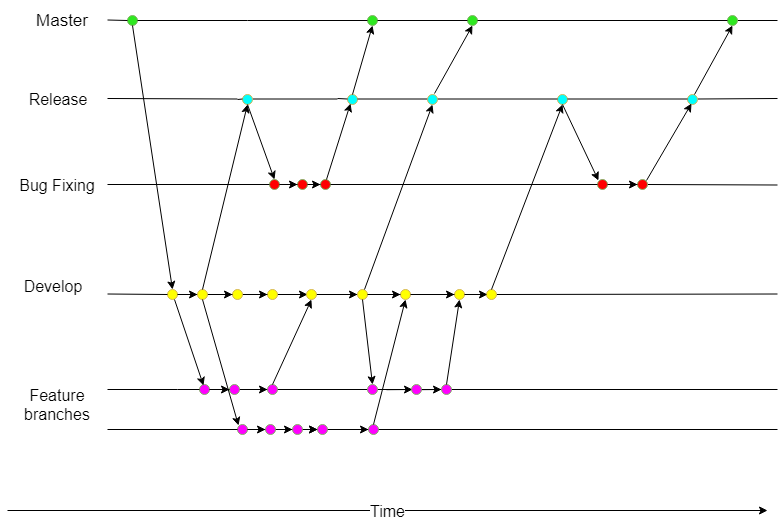
The draw.io diagram docs/wiki/TDD/Branches diagram.png in pink-king/Final-Fantasy-Dawn-of-Ivalice, before a commit. Source tidied: cells renumbered, new cells last; positions are measured from the earlier drawing's top-left corner, leaving out a move shared by most shapes.
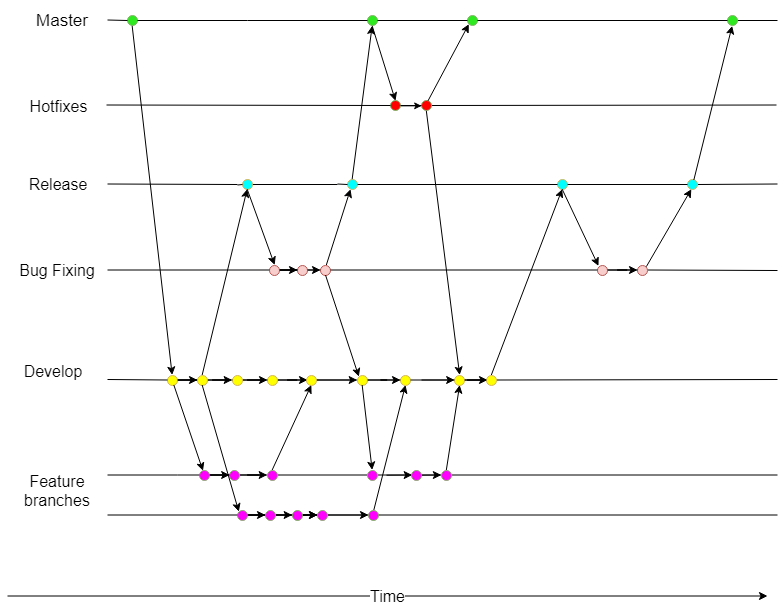
The same diagram one commit later.

Commit message:
branch diagram check

Diff of the diagram source:
```diff
@@ -12,11 +12,11 @@
       <mxGeometry relative="1" as="geometry" />
     </mxCell>
     <mxCell id="5" value="&lt;font style=&quot;font-size: 17px&quot;&gt;Master&lt;/font&gt;" style="text;html=1;strokeColor=none;fillColor=none;align=center;verticalAlign=middle;whiteSpace=wrap;rounded=0;" parent="1" vertex="1">
-      <mxGeometry x="20" width="70" height="40" as="geometry" />
+      <mxGeometry x="20" y="-85.5" width="70" height="40" as="geometry" />
     </mxCell>
     <mxCell id="6" style="endArrow=none;html=1;" parent="1" edge="1" source="74">
       <mxGeometry relative="1" as="geometry">
-        <mxPoint x="770" y="20" as="targetPoint" />
+        <mxPoint x="770" y="-65.5" as="targetPoint" />
       </mxGeometry>
     </mxCell>
     <mxCell id="7" value="&lt;font style=&quot;font-size: 16px&quot;&gt;Bug Fixing&lt;/font&gt;" style="text;html=1;strokeColor=none;fillColor=none;align=center;verticalAlign=middle;whiteSpace=wrap;rounded=0;" parent="1" vertex="1">
@@ -49,11 +49,11 @@
       </mxGeometry>
     </mxCell>
     <mxCell id="14" style="ellipse;whiteSpace=wrap;html=1;fillColor=#2EE820;strokeColor=#82b366;" parent="1" vertex="1">
-      <mxGeometry x="120" y="15" width="10" height="10" as="geometry" />
+      <mxGeometry x="120" y="-70.5" width="10" height="10" as="geometry" />
     </mxCell>
     <mxCell id="15" style="endArrow=none;html=1;" parent="1" edge="1" target="14">
       <mxGeometry relative="1" as="geometry">
-        <mxPoint x="100" y="19.5" as="sourcePoint" />
+        <mxPoint x="100" y="-66" as="sourcePoint" />
       </mxGeometry>
     </mxCell>
     <mxCell id="16" style="edgeStyle=orthogonalEdgeStyle;rounded=0;jettySize=auto;html=1;" parent="1" edge="1" source="17">
@@ -71,7 +71,7 @@
     </mxCell>
     <mxCell id="19" style="endArrow=none;html=1;" parent="1" edge="1" source="14">
       <mxGeometry relative="1" as="geometry">
-        <mxPoint x="240" y="20" as="targetPoint" />
+        <mxPoint x="240" y="-65.5" as="targetPoint" />
       </mxGeometry>
     </mxCell>
     <mxCell id="20" style="edgeStyle=orthogonalEdgeStyle;rounded=0;jettySize=auto;html=1;entryX=0;entryY=0.5;entryDx=0;entryDy=0;" parent="1" edge="1" source="22" target="26">
@@ -80,7 +80,7 @@
     <mxCell id="21" style="edgeStyle=orthogonalEdgeStyle;rounded=0;jettySize=auto;html=1;" parent="1" edge="1" source="22" target="24">
       <mxGeometry relative="1" as="geometry" />
     </mxCell>
-    <mxCell id="22" style="ellipse;whiteSpace=wrap;html=1;fillColor=#FF0000;strokeColor=#82b366;" parent="1" vertex="1">
+    <mxCell id="22" style="ellipse;whiteSpace=wrap;html=1;fillColor=#f8cecc;strokeColor=#b85450;" parent="1" vertex="1">
       <mxGeometry x="262" y="179" width="10" height="10" as="geometry" />
     </mxCell>
     <mxCell id="23" style="endArrow=none;html=1;" parent="1" edge="1" target="22">
@@ -88,13 +88,13 @@
         <mxPoint x="100" y="184" as="sourcePoint" />
       </mxGeometry>
     </mxCell>
-    <mxCell id="24" style="ellipse;whiteSpace=wrap;html=1;fillColor=#FF0000;strokeColor=#82b366;" parent="1" vertex="1">
+    <mxCell id="24" style="ellipse;whiteSpace=wrap;html=1;fillColor=#f8cecc;strokeColor=#b85450;" parent="1" vertex="1">
       <mxGeometry x="290" y="179" width="10" height="10" as="geometry" />
     </mxCell>
     <mxCell id="25" style="endArrow=none;html=1;" parent="1" edge="1" source="22" target="24">
       <mxGeometry relative="1" as="geometry" />
     </mxCell>
-    <mxCell id="26" style="ellipse;whiteSpace=wrap;html=1;fillColor=#FF0000;strokeColor=#82b366;" parent="1" vertex="1">
+    <mxCell id="26" style="ellipse;whiteSpace=wrap;html=1;fillColor=#f8cecc;strokeColor=#b85450;" parent="1" vertex="1">
       <mxGeometry x="313" y="179" width="10" height="10" as="geometry" />
     </mxCell>
     <mxCell id="27" style="endArrow=none;html=1;" parent="1" edge="1" source="24" target="26">
@@ -126,11 +126,11 @@
       </mxGeometry>
     </mxCell>
     <mxCell id="33" style="ellipse;whiteSpace=wrap;html=1;fillColor=#2EE820;strokeColor=#82b366;" parent="1" vertex="1">
-      <mxGeometry x="360" y="15" width="10" height="10" as="geometry" />
+      <mxGeometry x="360" y="-70.5" width="10" height="10" as="geometry" />
     </mxCell>
     <mxCell id="34" style="endArrow=none;html=1;" parent="1" edge="1" target="33">
       <mxGeometry relative="1" as="geometry">
-        <mxPoint x="240" y="20" as="sourcePoint" />
+        <mxPoint x="240" y="-65.5" as="sourcePoint" />
       </mxGeometry>
     </mxCell>
     <mxCell id="35" style="edgeStyle=orthogonalEdgeStyle;rounded=0;jettySize=auto;html=1;entryX=0;entryY=0.5;entryDx=0;entryDy=0;" parent="1" edge="1" source="36" target="39">
@@ -238,34 +238,31 @@
     <mxCell id="65" style="endArrow=none;html=1;" parent="1" edge="1" source="62" target="64">
       <mxGeometry relative="1" as="geometry" />
     </mxCell>
-    <mxCell id="66" style="ellipse;whiteSpace=wrap;html=1;fillColor=#00FFFF;strokeColor=#d6b656;" parent="1" vertex="1">
-      <mxGeometry x="420" y="93.5" width="10" height="10" as="geometry" />
-    </mxCell>
     <mxCell id="67" style="edgeStyle=orthogonalEdgeStyle;rounded=0;jettySize=auto;html=1;" parent="1" edge="1" source="68">
       <mxGeometry relative="1" as="geometry">
         <mxPoint x="630" y="184" as="targetPoint" />
       </mxGeometry>
     </mxCell>
-    <mxCell id="68" style="ellipse;whiteSpace=wrap;html=1;fillColor=#FF0000;strokeColor=#82b366;" parent="1" vertex="1">
+    <mxCell id="68" style="ellipse;whiteSpace=wrap;html=1;fillColor=#f8cecc;strokeColor=#b85450;" parent="1" vertex="1">
       <mxGeometry x="590" y="179" width="10" height="10" as="geometry" />
     </mxCell>
     <mxCell id="69" style="endArrow=none;html=1;" parent="1" edge="1" source="26" target="68">
       <mxGeometry relative="1" as="geometry" />
     </mxCell>
-    <mxCell id="70" style="ellipse;whiteSpace=wrap;html=1;fillColor=#FF0000;strokeColor=#82b366;" parent="1" vertex="1">
+    <mxCell id="70" style="ellipse;whiteSpace=wrap;html=1;fillColor=#f8cecc;strokeColor=#b85450;" parent="1" vertex="1">
       <mxGeometry x="630" y="179" width="10" height="10" as="geometry" />
     </mxCell>
     <mxCell id="71" style="endArrow=none;html=1;" parent="1" edge="1" source="68" target="70">
       <mxGeometry relative="1" as="geometry" />
     </mxCell>
     <mxCell id="72" style="ellipse;whiteSpace=wrap;html=1;fillColor=#2EE820;strokeColor=#82b366;" parent="1" vertex="1">
-      <mxGeometry x="460" y="15" width="10" height="10" as="geometry" />
+      <mxGeometry x="460" y="-70.5" width="10" height="10" as="geometry" />
     </mxCell>
     <mxCell id="73" style="endArrow=none;html=1;" parent="1" edge="1" source="33" target="72">
       <mxGeometry relative="1" as="geometry" />
     </mxCell>
     <mxCell id="74" style="ellipse;whiteSpace=wrap;html=1;fillColor=#2EE820;strokeColor=#82b366;" parent="1" vertex="1">
-      <mxGeometry x="720" y="15" width="10" height="10" as="geometry" />
+      <mxGeometry x="720" y="-70.5" width="10" height="10" as="geometry" />
     </mxCell>
     <mxCell id="75" style="endArrow=none;html=1;" parent="1" edge="1" source="72" target="74">
       <mxGeometry relative="1" as="geometry" />
@@ -373,12 +370,6 @@
     <mxCell id="102" style="ellipse;whiteSpace=wrap;html=1;fillColor=#FF00FF;strokeColor=#82b366;" parent="1" vertex="1">
       <mxGeometry x="310" y="424" width="10" height="10" as="geometry" />
     </mxCell>
-    <mxCell id="103" style="endArrow=classic;html=1;entryX=0.5;entryY=1;entryDx=0;entryDy=0;exitX=0.696;exitY=-0.002;exitDx=0;exitDy=0;exitPerimeter=0;" parent="1" edge="1" source="61" target="66">
-      <mxGeometry relative="1" as="geometry" />
-    </mxCell>
-    <mxCell id="104" style="endArrow=classic;html=1;entryX=0.5;entryY=1;entryDx=0;entryDy=0;exitX=0.723;exitY=-0.003;exitDx=0;exitDy=0;exitPerimeter=0;" parent="1" edge="1" source="66" target="72">
-      <mxGeometry relative="1" as="geometry" />
-    </mxCell>
     <mxCell id="105" style="endArrow=classic;html=1;entryX=0.5;entryY=1;entryDx=0;entryDy=0;exitX=0.5;exitY=0;exitDx=0;exitDy=0;" parent="1" edge="1" source="87" target="62">
       <mxGeometry relative="1" as="geometry" />
     </mxCell>
@@ -417,5 +408,42 @@
         <mxPoint x="760" y="510" as="targetPoint" />
       </mxGeometry>
     </mxCell>
+    <mxCell id="116" value="&lt;font style=&quot;font-size: 16px&quot;&gt;Hotfixes&lt;/font&gt;" style="text;html=1;strokeColor=none;fillColor=none;align=center;verticalAlign=middle;whiteSpace=wrap;rounded=0;" parent="1" vertex="1">
+      <mxGeometry x="20" y="-5.5" width="60" height="50" as="geometry" />
+    </mxCell>
+    <mxCell id="117" style="endArrow=none;html=1;" parent="1" edge="1" source="121">
+      <mxGeometry relative="1" as="geometry">
+        <mxPoint x="769" y="19" as="targetPoint" />
+      </mxGeometry>
+    </mxCell>
+    <mxCell id="118" style="edgeStyle=orthogonalEdgeStyle;rounded=0;jettySize=auto;html=1;entryX=0;entryY=0.5;entryDx=0;entryDy=0;" parent="1" edge="1" source="119" target="121">
+      <mxGeometry relative="1" as="geometry" />
+    </mxCell>
+    <mxCell id="119" style="ellipse;whiteSpace=wrap;html=1;fillColor=#FF0000;strokeColor=#82b366;" parent="1" vertex="1">
+      <mxGeometry x="383" y="14.5" width="10" height="10" as="geometry" />
+    </mxCell>
+    <mxCell id="120" style="endArrow=none;html=1;" parent="1" edge="1" target="119">
+      <mxGeometry relative="1" as="geometry">
+        <mxPoint x="99" y="19" as="sourcePoint" />
+      </mxGeometry>
+    </mxCell>
+    <mxCell id="121" style="ellipse;whiteSpace=wrap;html=1;fillColor=#FF0000;strokeColor=#82b366;" parent="1" vertex="1">
+      <mxGeometry x="414" y="14.5" width="10" height="10" as="geometry" />
+    </mxCell>
+    <mxCell id="122" style="endArrow=none;html=1;" parent="1" edge="1" source="119" target="121">
+      <mxGeometry relative="1" as="geometry" />
+    </mxCell>
+    <mxCell id="123" style="endArrow=classic;html=1;entryX=0;entryY=1;entryDx=0;entryDy=0;exitX=0.665;exitY=0.012;exitDx=0;exitDy=0;exitPerimeter=0;" parent="1" edge="1" source="121" target="72">
+      <mxGeometry relative="1" as="geometry" />
+    </mxCell>
+    <mxCell id="124" style="endArrow=classic;html=1;exitX=0.5;exitY=1;exitDx=0;exitDy=0;entryX=0.5;entryY=0;entryDx=0;entryDy=0;" parent="1" edge="1" source="33" target="119">
+      <mxGeometry relative="1" as="geometry" />
+    </mxCell>
+    <mxCell id="125" style="endArrow=classic;html=1;entryX=0;entryY=0;entryDx=0;entryDy=0;exitX=0.5;exitY=1;exitDx=0;exitDy=0;" parent="1" edge="1" source="26" target="61">
+      <mxGeometry relative="1" as="geometry" />
+    </mxCell>
+    <mxCell id="126" style="endArrow=classic;html=1;exitX=0.5;exitY=1;exitDx=0;exitDy=0;entryX=0.5;entryY=0;entryDx=0;entryDy=0;" parent="1" edge="1" source="121" target="85">
+      <mxGeometry relative="1" as="geometry" />
+    </mxCell>
   </root>
 </mxGraphModel>
```
